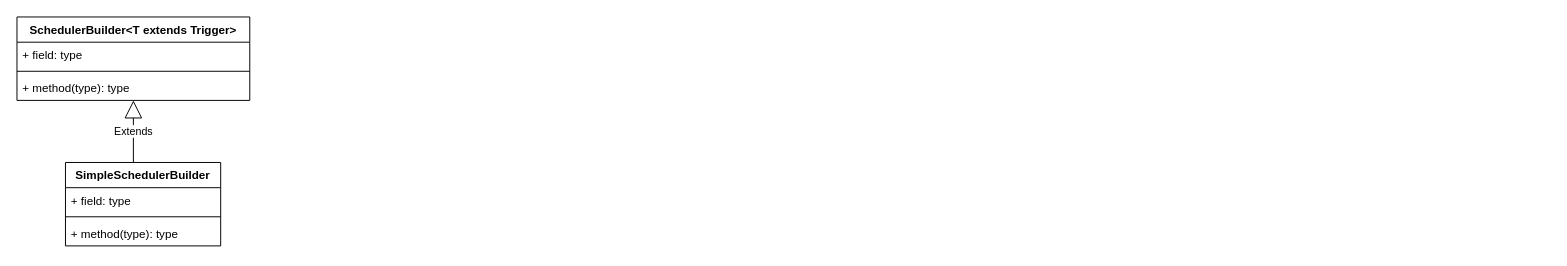
Earlier version of the draw.io diagram quartz.drawio (tadsimons/draw). Source tidied: cells renumbered, new cells numbered last; positions are measured from the earlier drawing's top-left corner, leaving out a move shared by most shapes. Both pictures are drawn from the tidied source at 97%, with x=0, y=0 at pixel (16, 16).
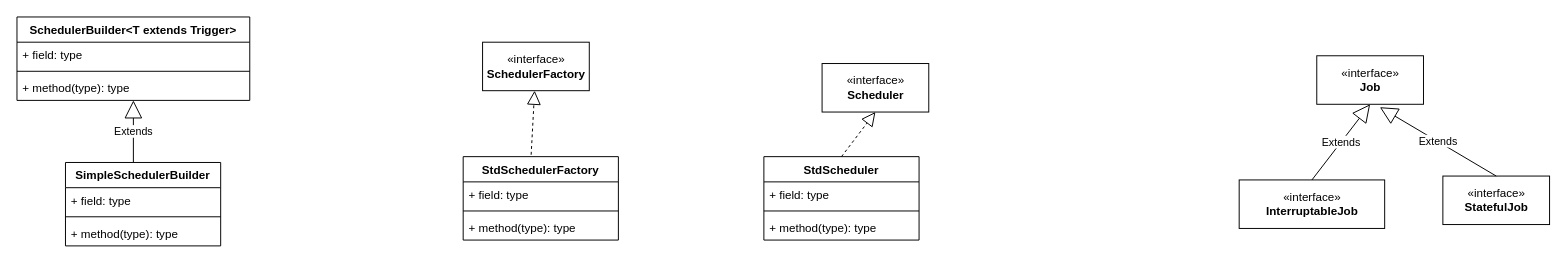
Above is the later version.

What changed in the source:
```diff
@@
+    <mxCell id="11" value="StdSchedulerFactory" style="swimlane;fontStyle=1;align=center;verticalAlign=top;horizontal=1;startSize=26;" parent="1" vertex="1">
+      <mxGeometry x="460" y="144" width="160" height="86" as="geometry" />
+    </mxCell>
+    <mxCell id="12" value="+ field: type" style="text;strokeColor=none;fillColor=none;align=left;verticalAlign=top;spacingLeft=4;spacingRight=4;overflow=hidden;" parent="11" vertex="1">
+      <mxGeometry y="26" width="160" height="26" as="geometry" />
+    </mxCell>
+    <mxCell id="13" style="line;strokeWidth=1;fillColor=none;align=left;verticalAlign=middle;spacingTop=-1;spacingLeft=3;spacingRight=3;labelPosition=right;" parent="11" vertex="1">
+      <mxGeometry y="52" width="160" height="8" as="geometry" />
+    </mxCell>
+    <mxCell id="14" value="+ method(type): type" style="text;strokeColor=none;fillColor=none;align=left;verticalAlign=top;spacingLeft=4;spacingRight=4;overflow=hidden;" parent="11" vertex="1">
+      <mxGeometry y="60" width="160" height="26" as="geometry" />
+    </mxCell>
+    <mxCell id="15" value="«interface»&lt;br&gt;&lt;b&gt;SchedulerFactory&lt;/b&gt;" style="html=1;" parent="1" vertex="1">
+      <mxGeometry x="480" y="26" width="110" height="50" as="geometry" />
+    </mxCell>
+    <mxCell id="16" style="endArrow=block;dashed=1;endFill=0;endSize=12;html=1;exitX=0.438;exitY=-0.023;exitDx=0;exitDy=0;exitPerimeter=0;" parent="1" edge="1" source="11" target="15">
+      <mxGeometry relative="1" as="geometry" />
+    </mxCell>
+    <mxCell id="17" value="«interface»&lt;br&gt;&lt;b&gt;Scheduler&lt;/b&gt;" style="html=1;" parent="1" vertex="1">
+      <mxGeometry x="830" y="48" width="110" height="50" as="geometry" />
+    </mxCell>
+    <mxCell id="18" value="StdScheduler" style="swimlane;fontStyle=1;align=center;verticalAlign=top;horizontal=1;startSize=26;" parent="1" vertex="1">
+      <mxGeometry x="770" y="144" width="160" height="86" as="geometry" />
+    </mxCell>
+    <mxCell id="19" style="endArrow=block;dashed=1;endFill=0;endSize=12;html=1;entryX=0.5;entryY=1;entryDx=0;entryDy=0;" parent="18" edge="1" target="17">
+      <mxGeometry relative="1" as="geometry">
+        <mxPoint x="80" as="sourcePoint" />
+      </mxGeometry>
+    </mxCell>
+    <mxCell id="20" value="+ field: type" style="text;strokeColor=none;fillColor=none;align=left;verticalAlign=top;spacingLeft=4;spacingRight=4;overflow=hidden;" parent="18" vertex="1">
+      <mxGeometry y="26" width="160" height="26" as="geometry" />
+    </mxCell>
+    <mxCell id="21" style="line;strokeWidth=1;fillColor=none;align=left;verticalAlign=middle;spacingTop=-1;spacingLeft=3;spacingRight=3;labelPosition=right;" parent="18" vertex="1">
+      <mxGeometry y="52" width="160" height="8" as="geometry" />
+    </mxCell>
+    <mxCell id="22" value="+ method(type): type" style="text;strokeColor=none;fillColor=none;align=left;verticalAlign=top;spacingLeft=4;spacingRight=4;overflow=hidden;" parent="18" vertex="1">
+      <mxGeometry y="60" width="160" height="26" as="geometry" />
+    </mxCell>
+    <mxCell id="23" value="«interface»&lt;br&gt;&lt;b&gt;Job&lt;/b&gt;" style="html=1;" parent="1" vertex="1">
+      <mxGeometry x="1340" y="40" width="110" height="50" as="geometry" />
+    </mxCell>
+    <mxCell id="24" value="«interface»&lt;br&gt;&lt;b&gt;InterruptableJob&lt;/b&gt;" style="html=1;" parent="1" vertex="1">
+      <mxGeometry x="1260" y="168" width="150" height="50" as="geometry" />
+    </mxCell>
+    <mxCell id="25" value="Extends" style="endArrow=block;endSize=16;endFill=0;html=1;entryX=0.5;entryY=1;entryDx=0;entryDy=0;exitX=0.5;exitY=0;exitDx=0;exitDy=0;" parent="1" edge="1" source="24" target="23">
+      <mxGeometry relative="1" as="geometry" />
+    </mxCell>
+    <mxCell id="26" value="«interface»&lt;br&gt;&lt;b&gt;StatefulJob&lt;/b&gt;" style="html=1;" parent="1" vertex="1">
+      <mxGeometry x="1470" y="164" width="110" height="50" as="geometry" />
+    </mxCell>
+    <mxCell id="27" value="Extends" style="endArrow=block;endSize=16;endFill=0;html=1;entryX=0.591;entryY=1.06;entryDx=0;entryDy=0;entryPerimeter=0;exitX=0.5;exitY=0;exitDx=0;exitDy=0;" parent="1" edge="1" source="26" target="23">
+      <mxGeometry relative="1" as="geometry" />
+    </mxCell>
```
